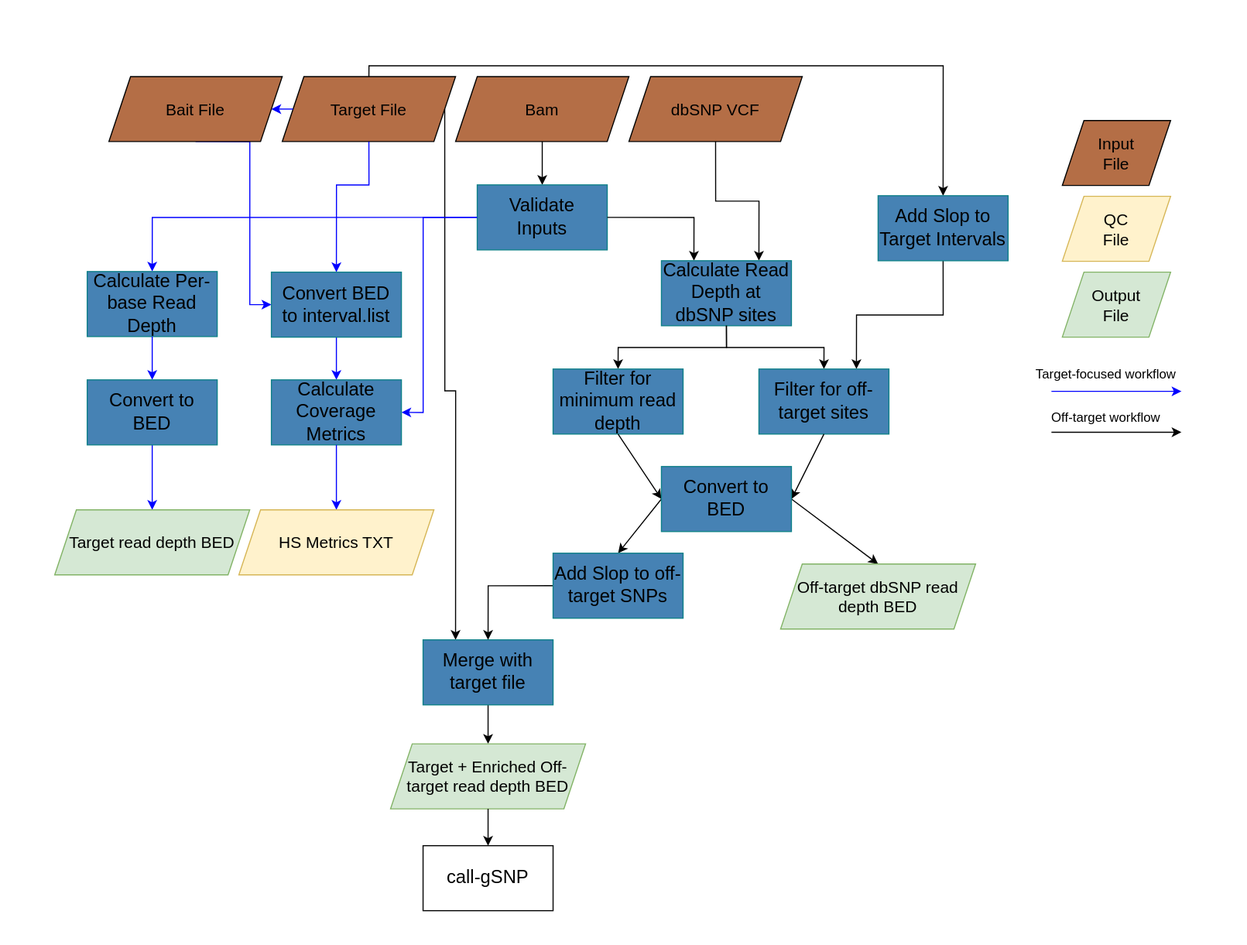
uclahs-cds/pipeline-calculate-targeted-coverage keeps this draw.io diagram as pipeline-targeted-coverage.drawio.svg. Above is the earlier version. Source tidied: cells renumbered, new cells last; positions are measured from the earlier drawing's top-left corner, leaving out a move shared by most shapes. Source of this version:
```xml
<mxGraphModel>
  <root>
    <mxCell id="0" />
    <mxCell id="1" parent="0" />
    <mxCell id="2" style="whiteSpace=wrap;html=1;strokeColor=#FFFFFF;" parent="1" vertex="1">
      <mxGeometry width="1150" height="870" as="geometry" />
    </mxCell>
    <mxCell id="3" style="rounded=0;jettySize=auto;html=1;labelBackgroundColor=#FFFFFF;labelBorderColor=#FFFFFF;fillColor=#f9f7ed;entryX=0.5;entryY=0;entryDx=0;entryDy=0;" parent="1" edge="1" source="4" target="6">
      <mxGeometry relative="1" as="geometry" />
    </mxCell>
    <mxCell id="4" value="Bam" style="shape=parallelogram;perimeter=parallelogramPerimeter;whiteSpace=wrap;html=1;fixedSize=1;fontSize=15;fillColor=#B46E46;" parent="1" vertex="1">
      <mxGeometry x="420" y="70" width="160" height="60" as="geometry" />
    </mxCell>
    <mxCell id="5" style="edgeStyle=orthogonalEdgeStyle;html=1;startArrow=classic;startFill=1;endArrow=none;endFill=0;entryX=0;entryY=0.5;entryDx=0;entryDy=0;exitX=0.5;exitY=0;exitDx=0;exitDy=0;elbow=vertical;rounded=0;strokeColor=#0000FF;" parent="1" edge="1" source="28" target="6">
      <mxGeometry relative="1" as="geometry">
        <Array as="points">
          <mxPoint x="140" y="200" />
        </Array>
      </mxGeometry>
    </mxCell>
    <mxCell id="6" value="Validate&lt;br style=&quot;font-size: 17px;&quot;&gt;Inputs" style="whiteSpace=wrap;html=1;strokeColor=#0e8088;fillColor=#4682B4;fontSize=17;" parent="1" vertex="1">
      <mxGeometry x="440" y="170" width="120" height="60" as="geometry" />
    </mxCell>
    <mxCell id="7" value="Target File" style="shape=parallelogram;perimeter=parallelogramPerimeter;whiteSpace=wrap;html=1;fixedSize=1;fontSize=15;fillColor=#B46E46;" parent="1" vertex="1">
      <mxGeometry x="260" y="70" width="160" height="60" as="geometry" />
    </mxCell>
    <mxCell id="8" style="edgeStyle=orthogonalEdgeStyle;html=1;exitX=0.25;exitY=0;exitDx=0;exitDy=0;entryX=1;entryY=0.5;entryDx=0;entryDy=0;startArrow=classic;startFill=1;endArrow=none;endFill=0;rounded=0;" parent="1" edge="1" source="10" target="6">
      <mxGeometry relative="1" as="geometry" />
    </mxCell>
    <mxCell id="9" style="edgeStyle=orthogonalEdgeStyle;html=1;exitX=0.75;exitY=0;exitDx=0;exitDy=0;entryX=0.5;entryY=1;entryDx=0;entryDy=0;startArrow=classic;startFill=1;endArrow=none;endFill=0;rounded=0;" parent="1" edge="1" source="10" target="11">
      <mxGeometry relative="1" as="geometry" />
    </mxCell>
    <mxCell id="10" value="Calculate Read Depth at dbSNP sites" style="whiteSpace=wrap;html=1;strokeColor=#0e8088;fillColor=#4682B4;fontSize=17;" parent="1" vertex="1">
      <mxGeometry x="610" y="240" width="120" height="60" as="geometry" />
    </mxCell>
    <mxCell id="11" value="dbSNP VCF" style="shape=parallelogram;perimeter=parallelogramPerimeter;whiteSpace=wrap;html=1;fixedSize=1;fontSize=15;fillColor=#B46E46;" parent="1" vertex="1">
      <mxGeometry x="580" y="70" width="160" height="60" as="geometry" />
    </mxCell>
    <mxCell id="12" style="edgeStyle=orthogonalEdgeStyle;html=1;exitX=0.5;exitY=0;exitDx=0;exitDy=0;entryX=0.5;entryY=1;entryDx=0;entryDy=0;startArrow=classic;startFill=1;endArrow=none;endFill=0;rounded=0;" parent="1" edge="1" source="13" target="10">
      <mxGeometry relative="1" as="geometry" />
    </mxCell>
    <mxCell id="13" value="Filter for minimum read depth&amp;nbsp;" style="whiteSpace=wrap;html=1;strokeColor=#0e8088;fillColor=#4682B4;fontSize=17;" parent="1" vertex="1">
      <mxGeometry x="510" y="340" width="120" height="60" as="geometry" />
    </mxCell>
    <mxCell id="14" style="edgeStyle=orthogonalEdgeStyle;html=1;exitX=0.5;exitY=0;exitDx=0;exitDy=0;entryX=0.5;entryY=1;entryDx=0;entryDy=0;startArrow=classic;startFill=1;endArrow=none;endFill=0;" parent="1" edge="1" source="15" target="18">
      <mxGeometry relative="1" as="geometry" />
    </mxCell>
    <mxCell id="15" value="Target + Enriched Off-target read depth BED" style="shape=parallelogram;perimeter=parallelogramPerimeter;whiteSpace=wrap;html=1;fixedSize=1;fontSize=15;fillColor=#d5e8d4;strokeColor=#82b366;" parent="1" vertex="1">
      <mxGeometry x="360" y="686" width="180" height="60" as="geometry" />
    </mxCell>
    <mxCell id="16" style="html=1;entryX=0;entryY=0.5;entryDx=0;entryDy=0;startArrow=classic;startFill=1;endArrow=none;endFill=0;strokeColor=none;" parent="1" edge="1" source="18" target="27">
      <mxGeometry relative="1" as="geometry" />
    </mxCell>
    <mxCell id="17" style="edgeStyle=orthogonalEdgeStyle;rounded=0;html=1;exitX=0.25;exitY=0;exitDx=0;exitDy=0;strokeColor=#000000;startArrow=classic;startFill=1;endArrow=none;endFill=0;entryX=1;entryY=0.5;entryDx=0;entryDy=0;" parent="1" edge="1" source="18" target="7">
      <mxGeometry relative="1" as="geometry" />
    </mxCell>
    <mxCell id="18" value="Merge with target file" style="whiteSpace=wrap;html=1;strokeColor=#0e8088;fillColor=#4682B4;fontSize=17;" parent="1" vertex="1">
      <mxGeometry x="390" y="590" width="120" height="60" as="geometry" />
    </mxCell>
    <mxCell id="19" style="edgeStyle=orthogonalEdgeStyle;html=1;exitX=0.5;exitY=0;exitDx=0;exitDy=0;startArrow=classic;startFill=1;endArrow=none;endFill=0;rounded=0;" parent="1" edge="1" source="21">
      <mxGeometry relative="1" as="geometry">
        <mxPoint x="670" y="300" as="targetPoint" />
      </mxGeometry>
    </mxCell>
    <mxCell id="20" style="edgeStyle=orthogonalEdgeStyle;html=1;exitX=0.75;exitY=0;exitDx=0;exitDy=0;entryX=0.5;entryY=1;entryDx=0;entryDy=0;startArrow=classic;startFill=1;endArrow=none;endFill=0;rounded=0;" parent="1" edge="1" source="21" target="37">
      <mxGeometry relative="1" as="geometry" />
    </mxCell>
    <mxCell id="21" value="Filter for off-target sites&amp;nbsp;" style="whiteSpace=wrap;html=1;strokeColor=#0e8088;fillColor=#4682B4;fontSize=17;" parent="1" vertex="1">
      <mxGeometry x="700" y="340" width="120" height="60" as="geometry" />
    </mxCell>
    <mxCell id="22" style="edgeStyle=none;html=1;exitX=0.5;exitY=0;exitDx=0;exitDy=0;entryX=1;entryY=0.5;entryDx=0;entryDy=0;startArrow=classic;startFill=1;endArrow=none;endFill=0;" parent="1" edge="1" source="23" target="27">
      <mxGeometry relative="1" as="geometry" />
    </mxCell>
    <mxCell id="23" value="Off-target dbSNP read depth BED" style="shape=parallelogram;perimeter=parallelogramPerimeter;whiteSpace=wrap;html=1;fixedSize=1;fontSize=15;fillColor=#d5e8d4;strokeColor=#82b366;" parent="1" vertex="1">
      <mxGeometry x="720" y="520" width="180" height="60" as="geometry" />
    </mxCell>
    <mxCell id="24" style="html=1;exitX=0;exitY=0.5;exitDx=0;exitDy=0;entryX=0.5;entryY=1;entryDx=0;entryDy=0;startArrow=classic;startFill=1;endArrow=none;endFill=0;" parent="1" edge="1" source="27" target="13">
      <mxGeometry relative="1" as="geometry" />
    </mxCell>
    <mxCell id="25" style="html=1;exitX=1;exitY=0.5;exitDx=0;exitDy=0;entryX=0.5;entryY=1;entryDx=0;entryDy=0;startArrow=classic;startFill=1;endArrow=none;endFill=0;" parent="1" edge="1" source="27" target="21">
      <mxGeometry relative="1" as="geometry" />
    </mxCell>
    <mxCell id="26" style="edgeStyle=none;html=1;exitX=0;exitY=0.5;exitDx=0;exitDy=0;entryX=0.5;entryY=0;entryDx=0;entryDy=0;" parent="1" edge="1" source="27" target="55">
      <mxGeometry relative="1" as="geometry" />
    </mxCell>
    <mxCell id="27" value="Convert to BED" style="whiteSpace=wrap;html=1;strokeColor=#0e8088;fillColor=#4682B4;fontSize=17;" parent="1" vertex="1">
      <mxGeometry x="610" y="430" width="120" height="60" as="geometry" />
    </mxCell>
    <mxCell id="28" value="Calculate Per-base Read Depth" style="whiteSpace=wrap;html=1;strokeColor=#0e8088;fillColor=#4682B4;fontSize=17;" parent="1" vertex="1">
      <mxGeometry x="80" y="250" width="120" height="60" as="geometry" />
    </mxCell>
    <mxCell id="29" style="edgeStyle=none;rounded=0;html=1;exitX=0.5;exitY=0;exitDx=0;exitDy=0;entryX=0.5;entryY=1;entryDx=0;entryDy=0;strokeColor=#0000FF;startArrow=classic;startFill=1;endArrow=none;endFill=0;" parent="1" edge="1" source="31" target="51">
      <mxGeometry relative="1" as="geometry" />
    </mxCell>
    <mxCell id="30" style="edgeStyle=orthogonalEdgeStyle;rounded=0;html=1;exitX=1;exitY=0.5;exitDx=0;exitDy=0;entryX=0;entryY=0.5;entryDx=0;entryDy=0;strokeColor=#0000FF;startArrow=classic;startFill=1;endArrow=none;endFill=0;" parent="1" edge="1" source="31" target="6">
      <mxGeometry relative="1" as="geometry">
        <Array as="points">
          <mxPoint x="390" y="380" />
          <mxPoint x="390" y="200" />
        </Array>
      </mxGeometry>
    </mxCell>
    <mxCell id="31" value="Calculate Coverage Metrics" style="whiteSpace=wrap;html=1;strokeColor=#0e8088;fillColor=#4682B4;fontSize=17;" parent="1" vertex="1">
      <mxGeometry x="250" y="350" width="120" height="60" as="geometry" />
    </mxCell>
    <mxCell id="32" style="edgeStyle=none;rounded=0;html=1;exitX=0.5;exitY=0;exitDx=0;exitDy=0;entryX=0.5;entryY=1;entryDx=0;entryDy=0;strokeColor=#0000FF;startArrow=classic;startFill=1;endArrow=none;endFill=0;" parent="1" edge="1" source="33" target="39">
      <mxGeometry relative="1" as="geometry" />
    </mxCell>
    <mxCell id="33" value="Target read depth BED" style="shape=parallelogram;perimeter=parallelogramPerimeter;whiteSpace=wrap;html=1;fixedSize=1;fontSize=15;fillColor=#d5e8d4;strokeColor=#82b366;" parent="1" vertex="1">
      <mxGeometry x="50" y="470" width="180" height="60" as="geometry" />
    </mxCell>
    <mxCell id="34" style="edgeStyle=none;html=1;exitX=0.5;exitY=0;exitDx=0;exitDy=0;startArrow=classic;startFill=1;endArrow=none;endFill=0;entryX=0.5;entryY=1;entryDx=0;entryDy=0;strokeColor=#0000FF;" parent="1" edge="1" source="35" target="31">
      <mxGeometry relative="1" as="geometry" />
    </mxCell>
    <mxCell id="35" value="HS Metrics TXT" style="shape=parallelogram;perimeter=parallelogramPerimeter;whiteSpace=wrap;html=1;fixedSize=1;fontSize=15;fillColor=#fff2cc;strokeColor=#d6b656;" parent="1" vertex="1">
      <mxGeometry x="220" y="470" width="180" height="60" as="geometry" />
    </mxCell>
    <mxCell id="36" style="edgeStyle=orthogonalEdgeStyle;html=1;exitX=0.5;exitY=0;exitDx=0;exitDy=0;entryX=0.5;entryY=0;entryDx=0;entryDy=0;startArrow=classic;startFill=1;endArrow=none;endFill=0;rounded=0;" parent="1" edge="1" source="37" target="7">
      <mxGeometry relative="1" as="geometry" />
    </mxCell>
    <mxCell id="37" value="Add Slop to Target Intervals" style="whiteSpace=wrap;html=1;strokeColor=#0e8088;fillColor=#4682B4;fontSize=17;" parent="1" vertex="1">
      <mxGeometry x="810" y="180" width="120" height="60" as="geometry" />
    </mxCell>
    <mxCell id="38" style="edgeStyle=none;rounded=0;html=1;exitX=0.5;exitY=0;exitDx=0;exitDy=0;entryX=0.5;entryY=1;entryDx=0;entryDy=0;strokeColor=#0000FF;startArrow=classic;startFill=1;endArrow=none;endFill=0;" parent="1" edge="1" source="39" target="28">
      <mxGeometry relative="1" as="geometry" />
    </mxCell>
    <mxCell id="39" value="Convert to BED" style="whiteSpace=wrap;html=1;strokeColor=#0e8088;fillColor=#4682B4;fontSize=17;" parent="1" vertex="1">
      <mxGeometry x="80" y="350" width="120" height="60" as="geometry" />
    </mxCell>
    <mxCell id="40" style="rounded=0;html=1;exitX=0.5;exitY=0;exitDx=0;exitDy=0;entryX=0.5;entryY=1;entryDx=0;entryDy=0;strokeColor=#000000;startArrow=classic;startFill=1;endArrow=none;endFill=0;" parent="1" edge="1" source="41" target="15">
      <mxGeometry relative="1" as="geometry" />
    </mxCell>
    <mxCell id="41" value="call-gSNP" style="whiteSpace=wrap;html=1;fontSize=17;" parent="1" vertex="1">
      <mxGeometry x="390" y="780" width="120" height="60" as="geometry" />
    </mxCell>
    <mxCell id="42" value="QC&lt;br&gt;File" style="shape=parallelogram;perimeter=parallelogramPerimeter;whiteSpace=wrap;html=1;fixedSize=1;fontSize=15;fillColor=#fff2cc;strokeColor=#d6b656;" parent="1" vertex="1">
      <mxGeometry x="980" y="180.6" width="100" height="60" as="geometry" />
    </mxCell>
    <mxCell id="43" value="Output&lt;br&gt;File" style="shape=parallelogram;perimeter=parallelogramPerimeter;whiteSpace=wrap;html=1;fixedSize=1;fontSize=15;fillColor=#d5e8d4;strokeColor=#82b366;" parent="1" vertex="1">
      <mxGeometry x="980" y="250.6" width="100" height="60" as="geometry" />
    </mxCell>
    <mxCell id="44" value="Input&lt;br&gt;File" style="shape=parallelogram;perimeter=parallelogramPerimeter;whiteSpace=wrap;html=1;fixedSize=1;fontSize=15;fillColor=#B46E46;" parent="1" vertex="1">
      <mxGeometry x="980" y="110.6" width="100" height="60" as="geometry" />
    </mxCell>
    <mxCell id="45" style="edgeStyle=none;rounded=0;html=1;exitX=0.5;exitY=0;exitDx=0;exitDy=0;strokeColor=#0000FF;startArrow=classic;startFill=1;endArrow=none;endFill=0;" parent="1" edge="1">
      <mxGeometry relative="1" as="geometry">
        <mxPoint x="1090" y="360.6" as="sourcePoint" />
        <mxPoint x="970" y="360.6" as="targetPoint" />
      </mxGeometry>
    </mxCell>
    <mxCell id="46" style="edgeStyle=none;rounded=0;html=1;exitX=0.5;exitY=0;exitDx=0;exitDy=0;strokeColor=#000000;startArrow=classic;startFill=1;endArrow=none;endFill=0;" parent="1" edge="1">
      <mxGeometry relative="1" as="geometry">
        <mxPoint x="1090" y="398.3" as="sourcePoint" />
        <mxPoint x="970" y="398.3" as="targetPoint" />
      </mxGeometry>
    </mxCell>
    <mxCell id="47" value="Target-focused workflow" style="text;html=1;align=center;verticalAlign=middle;strokeColor=none;fillColor=none;" parent="1" vertex="1">
      <mxGeometry x="945" y="330" width="150" height="30" as="geometry" />
    </mxCell>
    <mxCell id="48" value="Off-target workflow" style="text;html=1;align=center;verticalAlign=middle;strokeColor=none;fillColor=none;" parent="1" vertex="1">
      <mxGeometry x="960" y="370" width="120" height="30" as="geometry" />
    </mxCell>
    <mxCell id="49" style="edgeStyle=orthogonalEdgeStyle;rounded=0;html=1;exitX=0.5;exitY=0;exitDx=0;exitDy=0;entryX=0.5;entryY=1;entryDx=0;entryDy=0;strokeColor=#0000FF;startArrow=classic;startFill=1;endArrow=none;endFill=0;" parent="1" edge="1" source="51" target="7">
      <mxGeometry relative="1" as="geometry">
        <Array as="points">
          <mxPoint x="310" y="170" />
          <mxPoint x="340" y="170" />
        </Array>
      </mxGeometry>
    </mxCell>
    <mxCell id="50" style="edgeStyle=orthogonalEdgeStyle;rounded=0;html=1;exitX=0;exitY=0.5;exitDx=0;exitDy=0;entryX=0.5;entryY=1;entryDx=0;entryDy=0;strokeColor=#0000FF;startArrow=classic;startFill=1;endArrow=none;endFill=0;" parent="1" edge="1" source="51" target="53">
      <mxGeometry relative="1" as="geometry">
        <Array as="points">
          <mxPoint x="230" y="281" />
          <mxPoint x="230" y="130" />
        </Array>
      </mxGeometry>
    </mxCell>
    <mxCell id="51" value="Convert BED to interval.list" style="whiteSpace=wrap;html=1;strokeColor=#0e8088;fillColor=#4682B4;fontSize=17;" parent="1" vertex="1">
      <mxGeometry x="250" y="250.6" width="120" height="60" as="geometry" />
    </mxCell>
    <mxCell id="52" style="edgeStyle=none;rounded=0;html=1;exitX=1;exitY=0.5;exitDx=0;exitDy=0;entryX=0;entryY=0.5;entryDx=0;entryDy=0;strokeColor=#0000FF;startArrow=classic;startFill=1;endArrow=none;endFill=0;" parent="1" edge="1" source="53" target="7">
      <mxGeometry relative="1" as="geometry" />
    </mxCell>
    <mxCell id="53" value="Bait File" style="shape=parallelogram;perimeter=parallelogramPerimeter;whiteSpace=wrap;html=1;fixedSize=1;fontSize=15;fillColor=#B46E46;" parent="1" vertex="1">
      <mxGeometry x="100" y="70" width="160" height="60" as="geometry" />
    </mxCell>
    <mxCell id="54" style="edgeStyle=orthogonalEdgeStyle;html=1;exitX=0;exitY=0.5;exitDx=0;exitDy=0;entryX=0.5;entryY=0;entryDx=0;entryDy=0;rounded=0;" parent="1" edge="1" source="55" target="18">
      <mxGeometry relative="1" as="geometry" />
    </mxCell>
    <mxCell id="55" value="Add Slop to off-target SNPs" style="whiteSpace=wrap;html=1;strokeColor=#0e8088;fillColor=#4682B4;fontSize=17;" parent="1" vertex="1">
      <mxGeometry x="510" y="510" width="120" height="60" as="geometry" />
    </mxCell>
  </root>
</mxGraphModel>
```
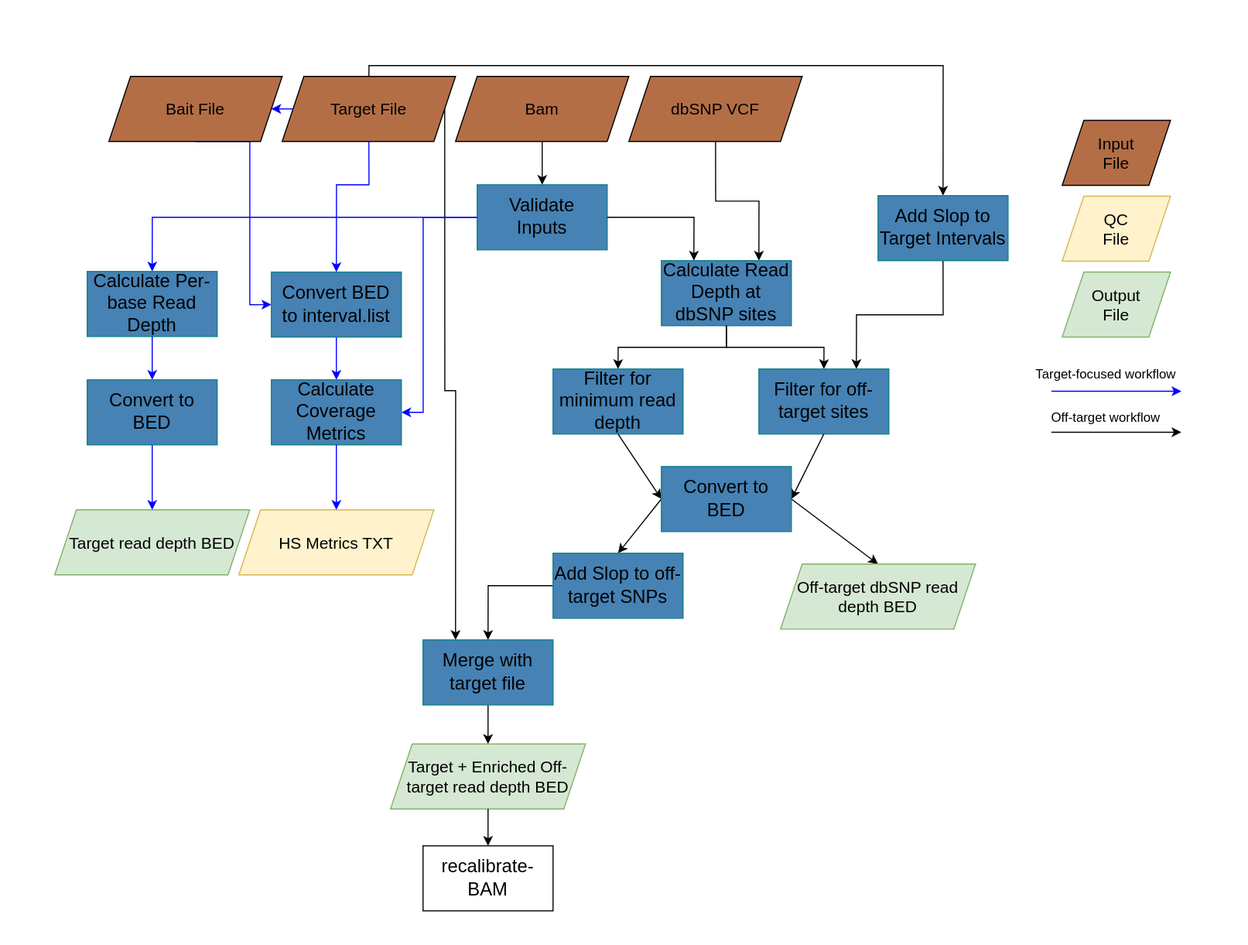
After the commit.

Commit message:
flow diagram updates

Diff of the diagram source:
```diff
@@ -130,7 +130,7 @@
     <mxCell id="40" style="rounded=0;html=1;exitX=0.5;exitY=0;exitDx=0;exitDy=0;entryX=0.5;entryY=1;entryDx=0;entryDy=0;strokeColor=#000000;startArrow=classic;startFill=1;endArrow=none;endFill=0;" parent="1" edge="1" source="41" target="15">
       <mxGeometry relative="1" as="geometry" />
     </mxCell>
-    <mxCell id="41" value="call-gSNP" style="whiteSpace=wrap;html=1;fontSize=17;" parent="1" vertex="1">
+    <mxCell id="41" value="recalibrate-BAM" style="whiteSpace=wrap;html=1;fontSize=17;" parent="1" vertex="1">
       <mxGeometry x="390" y="780" width="120" height="60" as="geometry" />
     </mxCell>
     <mxCell id="42" value="QC&lt;br&gt;File" style="shape=parallelogram;perimeter=parallelogramPerimeter;whiteSpace=wrap;html=1;fixedSize=1;fontSize=15;fillColor=#fff2cc;strokeColor=#d6b656;" parent="1" vertex="1">
```
